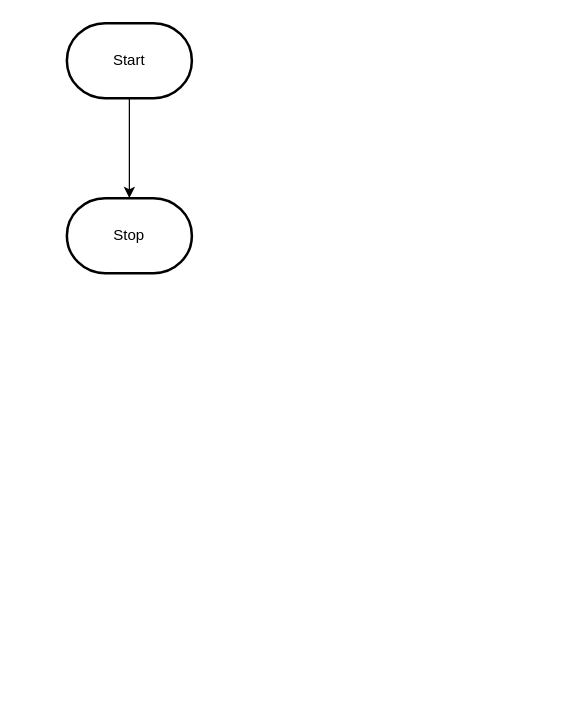
Earlier version of the draw.io diagram design/flowchart.drawio (MTHS-ICD2O-1-2023/ICD2O-Unit-5-04-clara-tyman). Source tidied: cells renumbered, new cells numbered last; positions are measured from the earlier drawing's top-left corner, leaving out a move shared by most shapes. Both pictures are drawn from the tidied source at 125%, with x=0, y=0 at pixel (66, 22).
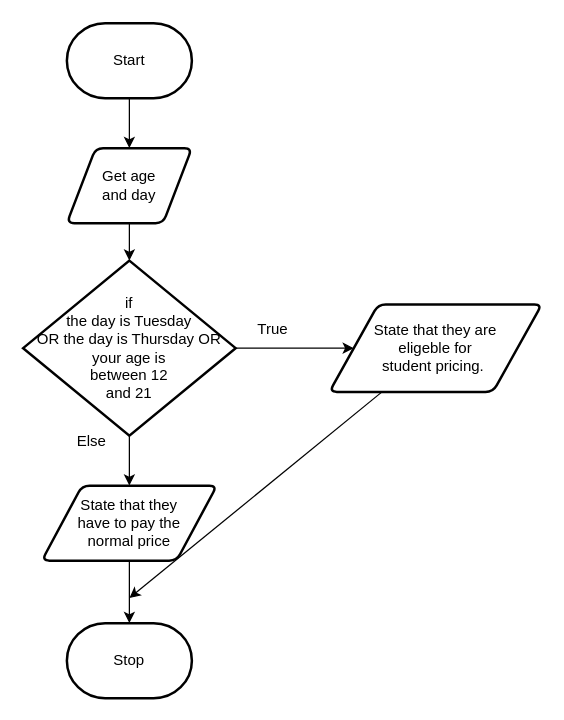
The same page after the edit.

Commit message (it also covers changes not shown here):
flowchart and storyboard

Diff of the diagram source:
```diff
@@
 <mxGraphModel>
   <root>
     <mxCell id="0" />
     <mxCell id="1" parent="0" />
-    <mxCell id="2" style="edgeStyle=orthogonalEdgeStyle;html=1;rounded=0;" parent="1" edge="1" source="3" target="4">
-      <mxGeometry relative="1" as="geometry" />
-    </mxCell>
+    <mxCell id="5" style="edgeStyle=none;html=1;" parent="1" edge="1" source="3" target="2">
+      <mxGeometry relative="1" as="geometry" />
+    </mxCell>
     <mxCell id="3" value="Start" style="strokeWidth=2;html=1;shape=mxgraph.flowchart.terminator;whiteSpace=wrap;" parent="1" vertex="1">
       <mxGeometry width="100" height="60" as="geometry" />
     </mxCell>
     <mxCell id="4" value="Stop" style="strokeWidth=2;html=1;shape=mxgraph.flowchart.terminator;whiteSpace=wrap;" parent="1" vertex="1">
-      <mxGeometry y="140" width="100" height="60" as="geometry" />
+      <mxGeometry y="480" width="100" height="60" as="geometry" />
     </mxCell>
+    <mxCell id="6" style="edgeStyle=none;html=1;exitX=0.5;exitY=1;exitDx=0;exitDy=0;" parent="1" edge="1" source="2" target="9">
+      <mxGeometry relative="1" as="geometry" />
+    </mxCell>
+    <mxCell id="2" value="Get age &lt;br&gt;and day" style="shape=parallelogram;html=1;strokeWidth=2;perimeter=parallelogramPerimeter;whiteSpace=wrap;rounded=1;arcSize=12;size=0.23;" parent="1" vertex="1">
+      <mxGeometry y="100" width="100" height="60" as="geometry" />
+    </mxCell>
+    <mxCell id="7" style="edgeStyle=none;html=1;" parent="1" edge="1" source="9" target="11">
+      <mxGeometry relative="1" as="geometry" />
+    </mxCell>
+    <mxCell id="8" style="edgeStyle=none;html=1;" parent="1" edge="1" source="9" target="13">
+      <mxGeometry relative="1" as="geometry" />
+    </mxCell>
+    <mxCell id="9" value="if&lt;br&gt;the day is Tuesday&lt;br&gt;OR the day is Thursday OR &lt;br&gt;your age is &lt;br&gt;between 12 &lt;br&gt;and 21" style="strokeWidth=2;html=1;shape=mxgraph.flowchart.decision;whiteSpace=wrap;" parent="1" vertex="1">
+      <mxGeometry x="-35" y="190" width="170" height="140" as="geometry" />
+    </mxCell>
+    <mxCell id="10" style="edgeStyle=none;html=1;" parent="1" edge="1" source="11">
+      <mxGeometry relative="1" as="geometry">
+        <mxPoint x="50" y="460" as="targetPoint" />
+      </mxGeometry>
+    </mxCell>
+    <mxCell id="11" value="State that they are &lt;br&gt;eligeble for &lt;br&gt;student pricing.&amp;nbsp;" style="shape=parallelogram;html=1;strokeWidth=2;perimeter=parallelogramPerimeter;whiteSpace=wrap;rounded=1;arcSize=12;size=0.23;" parent="1" vertex="1">
+      <mxGeometry x="210" y="225" width="170" height="70" as="geometry" />
+    </mxCell>
+    <mxCell id="12" style="edgeStyle=none;html=1;" parent="1" edge="1" source="13" target="4">
+      <mxGeometry relative="1" as="geometry" />
+    </mxCell>
+    <mxCell id="13" value="State that they &lt;br&gt;have to pay the &lt;br&gt;normal price" style="shape=parallelogram;html=1;strokeWidth=2;perimeter=parallelogramPerimeter;whiteSpace=wrap;rounded=1;arcSize=12;size=0.23;" parent="1" vertex="1">
+      <mxGeometry x="-20" y="370" width="140" height="60" as="geometry" />
+    </mxCell>
+    <mxCell id="14" value="True" style="text;html=1;strokeColor=none;fillColor=none;align=center;verticalAlign=middle;whiteSpace=wrap;rounded=0;" parent="1" vertex="1">
+      <mxGeometry x="135" y="230" width="60" height="30" as="geometry" />
+    </mxCell>
+    <mxCell id="15" value="Else" style="text;html=1;strokeColor=none;fillColor=none;align=center;verticalAlign=middle;whiteSpace=wrap;rounded=0;" parent="1" vertex="1">
+      <mxGeometry x="-10" y="320" width="60" height="30" as="geometry" />
+    </mxCell>
   </root>
 </mxGraphModel>
```
